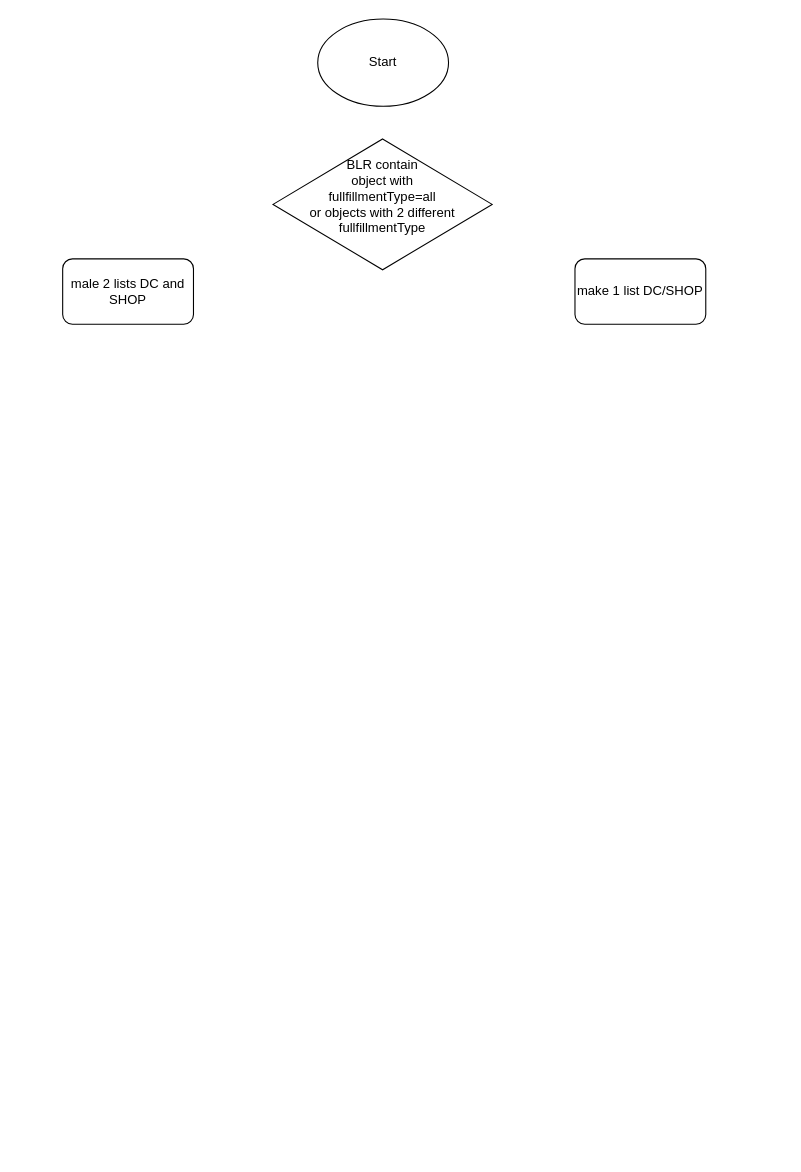
Before: page "warehouseChose" (8 of 10) of education.drawio in yanelena/diagrams, a draw.io diagram. Source tidied: cells renumbered, new cells numbered last; positions are measured from the earlier drawing's top-left corner, leaving out a move shared by most shapes. Both pictures are drawn from the tidied source at 109%, with x=0, y=0 at pixel (62, 19).
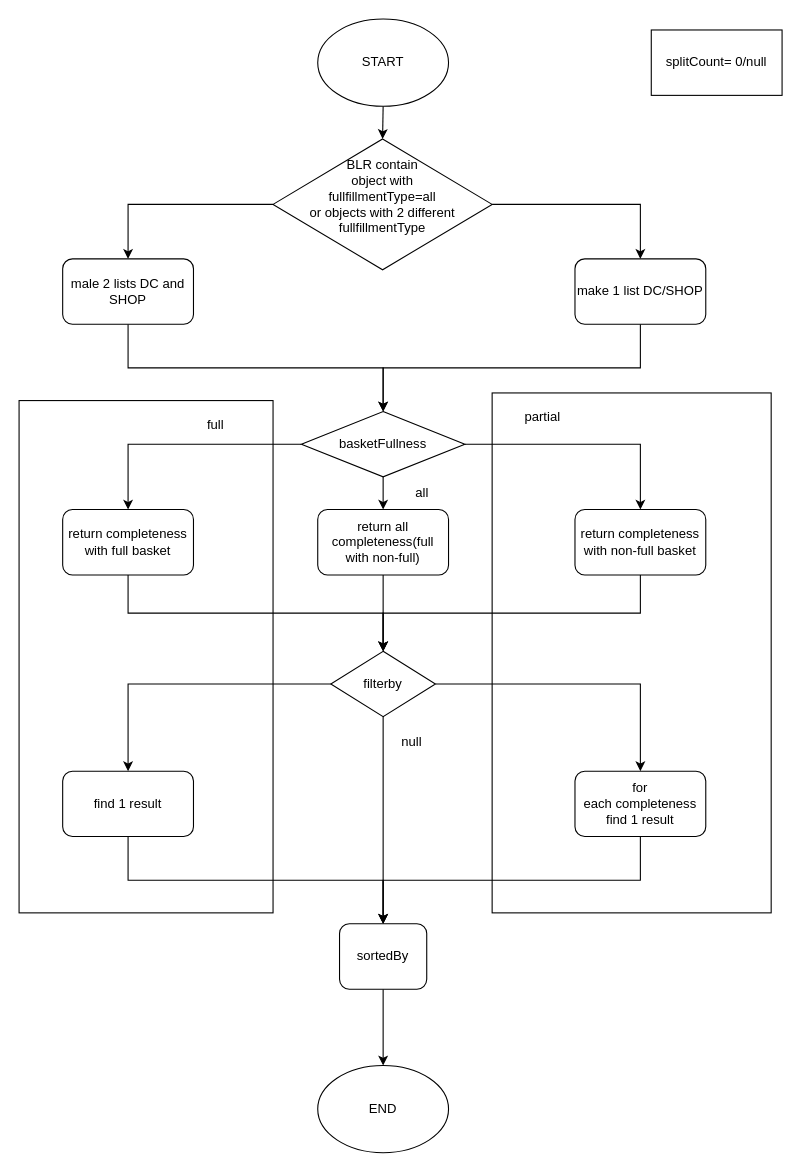
Above is the later version.

Unchanged cells that the change refers to:
```xml
<mxCell id="3" value="BLR contain &lt;br&gt;object with &lt;br&gt;fullfillmentType=all &lt;br&gt;or objects with 2 different fullfillmentType&lt;br&gt;&amp;nbsp;" style="rhombus;whiteSpace=wrap;html=1;" parent="1" vertex="1">
  <mxGeometry x="193" y="110" width="201" height="120" as="geometry" />
</mxCell>
<mxCell id="4" value="male 2 lists DC and SHOP" style="rounded=1;whiteSpace=wrap;html=1;" parent="1" vertex="1">
  <mxGeometry y="220" width="120" height="60" as="geometry" />
</mxCell>
<mxCell id="5" value="make 1 list DC/SHOP" style="rounded=1;whiteSpace=wrap;html=1;" parent="1" vertex="1">
  <mxGeometry x="470" y="220" width="120" height="60" as="geometry" />
</mxCell>
```

Diff of the diagram source:
```diff
@@
-    <mxCell id="2" value="Start" style="ellipse;whiteSpace=wrap;html=1;" parent="1" vertex="1">
-      <mxGeometry x="234" width="120" height="80" as="geometry" />
-    </mxCell>
+    <mxCell id="6" style="rounded=0;whiteSpace=wrap;html=1;" parent="1" vertex="1">
+      <mxGeometry x="-40" y="350" width="233" height="470" as="geometry" />
+    </mxCell>
+    <mxCell id="7" style="rounded=0;whiteSpace=wrap;html=1;" parent="1" vertex="1">
+      <mxGeometry x="394" y="343" width="256" height="477" as="geometry" />
+    </mxCell>
+    <mxCell id="8" style="edgeStyle=orthogonalEdgeStyle;rounded=0;jettySize=auto;html=1;exitX=0.5;exitY=1;exitDx=0;exitDy=0;entryX=0.5;entryY=0;entryDx=0;entryDy=0;" parent="1" edge="1" source="9" target="3">
+      <mxGeometry relative="1" as="geometry" />
+    </mxCell>
+    <mxCell id="9" value="START" style="ellipse;whiteSpace=wrap;html=1;" parent="1" vertex="1">
+      <mxGeometry x="234" width="120" height="80" as="geometry" />
+    </mxCell>
+    <mxCell id="10" style="edgeStyle=orthogonalEdgeStyle;rounded=0;jettySize=auto;html=1;exitX=0;exitY=0.5;exitDx=0;exitDy=0;entryX=0.5;entryY=0;entryDx=0;entryDy=0;" parent="1" edge="1" source="3" target="4">
+      <mxGeometry relative="1" as="geometry" />
+    </mxCell>
+    <mxCell id="11" style="edgeStyle=orthogonalEdgeStyle;rounded=0;jettySize=auto;html=1;exitX=1;exitY=0.5;exitDx=0;exitDy=0;entryX=0.5;entryY=0;entryDx=0;entryDy=0;" parent="1" edge="1" source="3" target="5">
+      <mxGeometry relative="1" as="geometry" />
+    </mxCell>
@@
+    <mxCell id="12" style="edgeStyle=orthogonalEdgeStyle;rounded=0;jettySize=auto;html=1;exitX=0.5;exitY=1;exitDx=0;exitDy=0;" parent="1" edge="1" source="4" target="17">
+      <mxGeometry relative="1" as="geometry" />
+    </mxCell>
@@
+    <mxCell id="13" style="edgeStyle=orthogonalEdgeStyle;rounded=0;jettySize=auto;html=1;exitX=0.5;exitY=1;exitDx=0;exitDy=0;entryX=0.5;entryY=0;entryDx=0;entryDy=0;" parent="1" edge="1" source="5" target="17">
+      <mxGeometry relative="1" as="geometry" />
+    </mxCell>
@@
+    <mxCell id="14" style="edgeStyle=orthogonalEdgeStyle;rounded=0;jettySize=auto;html=1;exitX=0;exitY=0.5;exitDx=0;exitDy=0;entryX=0.5;entryY=0;entryDx=0;entryDy=0;" parent="1" edge="1" source="17" target="21">
+      <mxGeometry relative="1" as="geometry" />
+    </mxCell>
+    <mxCell id="15" style="edgeStyle=orthogonalEdgeStyle;rounded=0;jettySize=auto;html=1;exitX=0.5;exitY=1;exitDx=0;exitDy=0;" parent="1" edge="1" source="17" target="19">
+      <mxGeometry relative="1" as="geometry" />
+    </mxCell>
+    <mxCell id="16" style="edgeStyle=orthogonalEdgeStyle;rounded=0;jettySize=auto;html=1;exitX=1;exitY=0.5;exitDx=0;exitDy=0;entryX=0.5;entryY=0;entryDx=0;entryDy=0;" parent="1" edge="1" source="17" target="23">
+      <mxGeometry relative="1" as="geometry" />
+    </mxCell>
+    <mxCell id="17" value="basketFullness" style="rhombus;whiteSpace=wrap;html=1;" parent="1" vertex="1">
+      <mxGeometry x="219" y="360" width="150" height="60" as="geometry" />
+    </mxCell>
+    <mxCell id="18" style="edgeStyle=orthogonalEdgeStyle;rounded=0;jettySize=auto;html=1;exitX=0.5;exitY=1;exitDx=0;exitDy=0;entryX=0.5;entryY=0;entryDx=0;entryDy=0;" parent="1" edge="1" source="19" target="28">
+      <mxGeometry relative="1" as="geometry" />
+    </mxCell>
+    <mxCell id="19" value="return all completeness(full with non-full)" style="rounded=1;whiteSpace=wrap;html=1;" parent="1" vertex="1">
+      <mxGeometry x="234" y="450" width="120" height="60" as="geometry" />
+    </mxCell>
+    <mxCell id="20" style="edgeStyle=orthogonalEdgeStyle;rounded=0;jettySize=auto;html=1;exitX=0.5;exitY=1;exitDx=0;exitDy=0;" parent="1" edge="1" source="21" target="28">
+      <mxGeometry relative="1" as="geometry" />
+    </mxCell>
+    <mxCell id="21" value="return&amp;nbsp;completeness with full basket" style="rounded=1;whiteSpace=wrap;html=1;" parent="1" vertex="1">
+      <mxGeometry y="450" width="120" height="60" as="geometry" />
+    </mxCell>
+    <mxCell id="22" style="edgeStyle=orthogonalEdgeStyle;rounded=0;jettySize=auto;html=1;exitX=0.5;exitY=1;exitDx=0;exitDy=0;" parent="1" edge="1" source="23" target="28">
+      <mxGeometry relative="1" as="geometry" />
+    </mxCell>
+    <mxCell id="23" value="return&amp;nbsp;completeness with non-full basket" style="rounded=1;whiteSpace=wrap;html=1;" parent="1" vertex="1">
+      <mxGeometry x="470" y="450" width="120" height="60" as="geometry" />
+    </mxCell>
+    <mxCell id="24" value="splitCount= 0/null" style="rounded=0;whiteSpace=wrap;html=1;" parent="1" vertex="1">
+      <mxGeometry x="540" y="10" width="120" height="60" as="geometry" />
+    </mxCell>
+    <mxCell id="25" style="edgeStyle=orthogonalEdgeStyle;rounded=0;jettySize=auto;html=1;exitX=0;exitY=0.5;exitDx=0;exitDy=0;entryX=0.5;entryY=0;entryDx=0;entryDy=0;" parent="1" edge="1" source="28" target="35">
+      <mxGeometry relative="1" as="geometry" />
+    </mxCell>
+    <mxCell id="26" style="edgeStyle=orthogonalEdgeStyle;rounded=0;jettySize=auto;html=1;exitX=1;exitY=0.5;exitDx=0;exitDy=0;entryX=0.5;entryY=0;entryDx=0;entryDy=0;" parent="1" edge="1" source="28" target="37">
+      <mxGeometry relative="1" as="geometry" />
+    </mxCell>
+    <mxCell id="27" style="edgeStyle=orthogonalEdgeStyle;rounded=0;jettySize=auto;html=1;exitX=0.5;exitY=1;exitDx=0;exitDy=0;entryX=0.5;entryY=0;entryDx=0;entryDy=0;" parent="1" edge="1" source="28" target="30">
+      <mxGeometry relative="1" as="geometry" />
+    </mxCell>
+    <mxCell id="28" value="filterby" style="rhombus;whiteSpace=wrap;html=1;" parent="1" vertex="1">
+      <mxGeometry x="246" y="580" width="96" height="60" as="geometry" />
+    </mxCell>
+    <mxCell id="29" style="edgeStyle=orthogonalEdgeStyle;rounded=0;jettySize=auto;html=1;exitX=0.5;exitY=1;exitDx=0;exitDy=0;entryX=0.5;entryY=0;entryDx=0;entryDy=0;" parent="1" edge="1" source="30" target="39">
+      <mxGeometry relative="1" as="geometry" />
+    </mxCell>
+    <mxCell id="30" value="sortedBy" style="rounded=1;whiteSpace=wrap;html=1;" parent="1" vertex="1">
+      <mxGeometry x="254" y="830" width="80" height="60" as="geometry" />
+    </mxCell>
+    <mxCell id="31" value="all" style="text;html=1;strokeColor=none;fillColor=none;align=center;verticalAlign=middle;whiteSpace=wrap;rounded=0;" parent="1" vertex="1">
+      <mxGeometry x="300" y="420" width="60" height="30" as="geometry" />
+    </mxCell>
+    <mxCell id="32" value="partial" style="text;html=1;align=center;verticalAlign=middle;strokeColor=none;fillColor=none;" parent="1" vertex="1">
+      <mxGeometry x="410" y="350" width="60" height="30" as="geometry" />
+    </mxCell>
+    <mxCell id="33" value="full" style="text;html=1;align=center;verticalAlign=middle;strokeColor=none;fillColor=none;" parent="1" vertex="1">
+      <mxGeometry x="120" y="358" width="40" height="30" as="geometry" />
+    </mxCell>
+    <mxCell id="34" style="edgeStyle=orthogonalEdgeStyle;rounded=0;jettySize=auto;html=1;exitX=0.5;exitY=1;exitDx=0;exitDy=0;" parent="1" edge="1" source="35" target="30">
+      <mxGeometry relative="1" as="geometry" />
+    </mxCell>
+    <mxCell id="35" value="find 1 result" style="rounded=1;whiteSpace=wrap;html=1;" parent="1" vertex="1">
+      <mxGeometry y="690" width="120" height="60" as="geometry" />
+    </mxCell>
+    <mxCell id="36" style="edgeStyle=orthogonalEdgeStyle;rounded=0;jettySize=auto;html=1;exitX=0.5;exitY=1;exitDx=0;exitDy=0;" parent="1" edge="1" source="37" target="30">
+      <mxGeometry relative="1" as="geometry" />
+    </mxCell>
+    <mxCell id="37" value="for each&amp;nbsp;completeness find 1 result" style="rounded=1;whiteSpace=wrap;html=1;" parent="1" vertex="1">
+      <mxGeometry x="470" y="690" width="120" height="60" as="geometry" />
+    </mxCell>
+    <mxCell id="38" value="null" style="text;html=1;align=center;verticalAlign=middle;strokeColor=none;fillColor=none;" parent="1" vertex="1">
+      <mxGeometry x="300" y="648" width="40" height="30" as="geometry" />
+    </mxCell>
+    <mxCell id="39" value="END" style="ellipse;whiteSpace=wrap;html=1;" parent="1" vertex="1">
+      <mxGeometry x="234" y="960" width="120" height="80" as="geometry" />
+    </mxCell>
```
